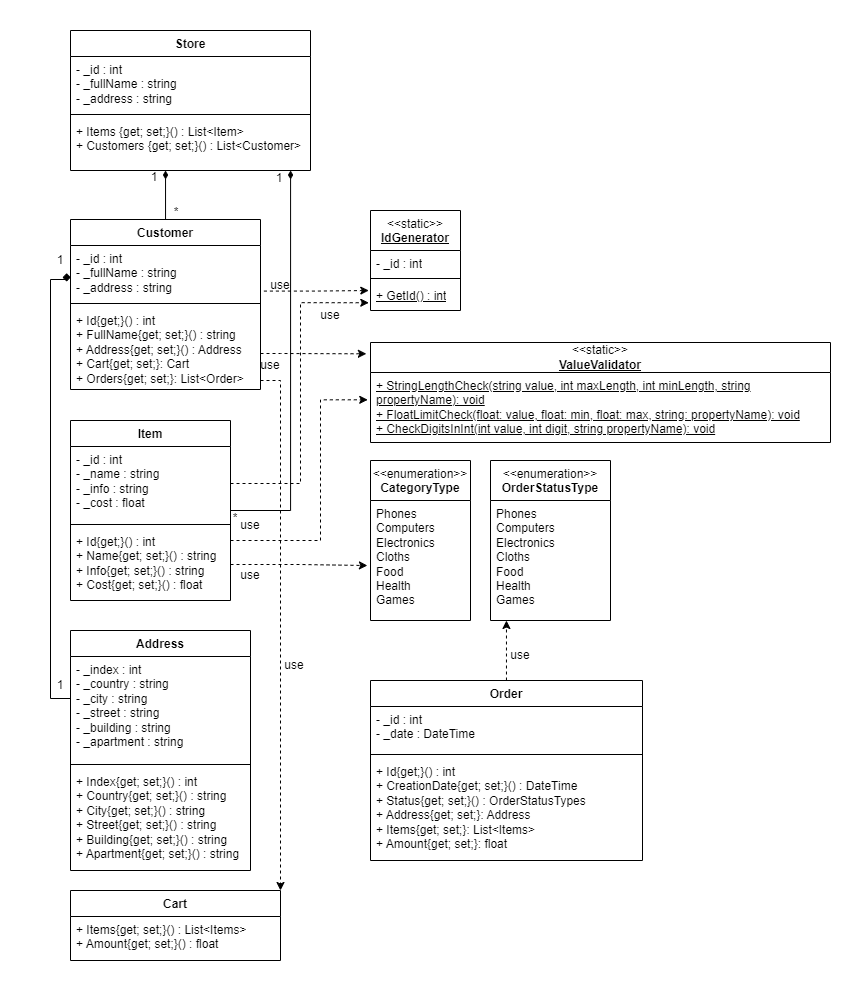
Earlier version of the draw.io export oop-winform/Diagram.drawio.png (antoniocra04/oop-winform). Source tidied: cells renumbered, new cells last; positions are measured from the earlier drawing's top-left corner, leaving out a move shared by most shapes.
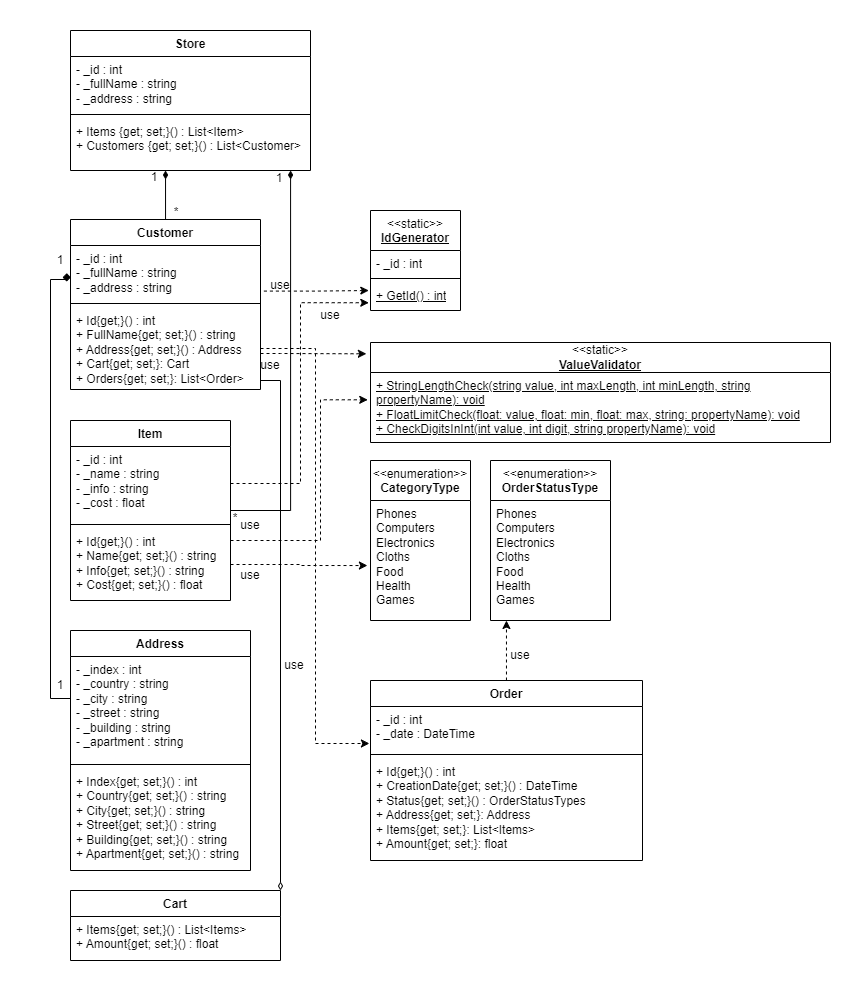
Above is the later version.

Change to the diagram source:
```diff
@@ -180,7 +180,7 @@
     <mxCell id="54" value="use" style="text;html=1;align=center;verticalAlign=middle;whiteSpace=wrap;rounded=0;" parent="1" vertex="1">
       <mxGeometry x="460" y="610" width="60" height="30" as="geometry" />
     </mxCell>
-    <mxCell id="55" style="edgeStyle=orthogonalEdgeStyle;rounded=0;jettySize=auto;html=1;entryX=1;entryY=0;entryDx=0;entryDy=0;dashed=1;" parent="1" edge="1" source="5" target="45">
+    <mxCell id="55" style="edgeStyle=orthogonalEdgeStyle;rounded=0;jettySize=auto;html=1;entryX=1;entryY=0;entryDx=0;entryDy=0;endArrow=diamondThin;endFill=0;" parent="1" edge="1" source="5" target="45">
       <mxGeometry relative="1" as="geometry">
         <Array as="points">
           <mxPoint x="250" y="350" />
@@ -190,5 +190,8 @@
     <mxCell id="56" value="use" style="text;html=1;align=center;verticalAlign=middle;whiteSpace=wrap;rounded=0;" parent="1" vertex="1">
       <mxGeometry x="234" y="620" width="60" height="30" as="geometry" />
     </mxCell>
+    <mxCell id="57" style="edgeStyle=orthogonalEdgeStyle;rounded=0;jettySize=auto;html=1;entryX=-0.004;entryY=0.841;entryDx=0;entryDy=0;entryPerimeter=0;dashed=1;" parent="1" edge="1" source="5" target="49">
+      <mxGeometry relative="1" as="geometry" />
+    </mxCell>
   </root>
 </mxGraphModel>
```
